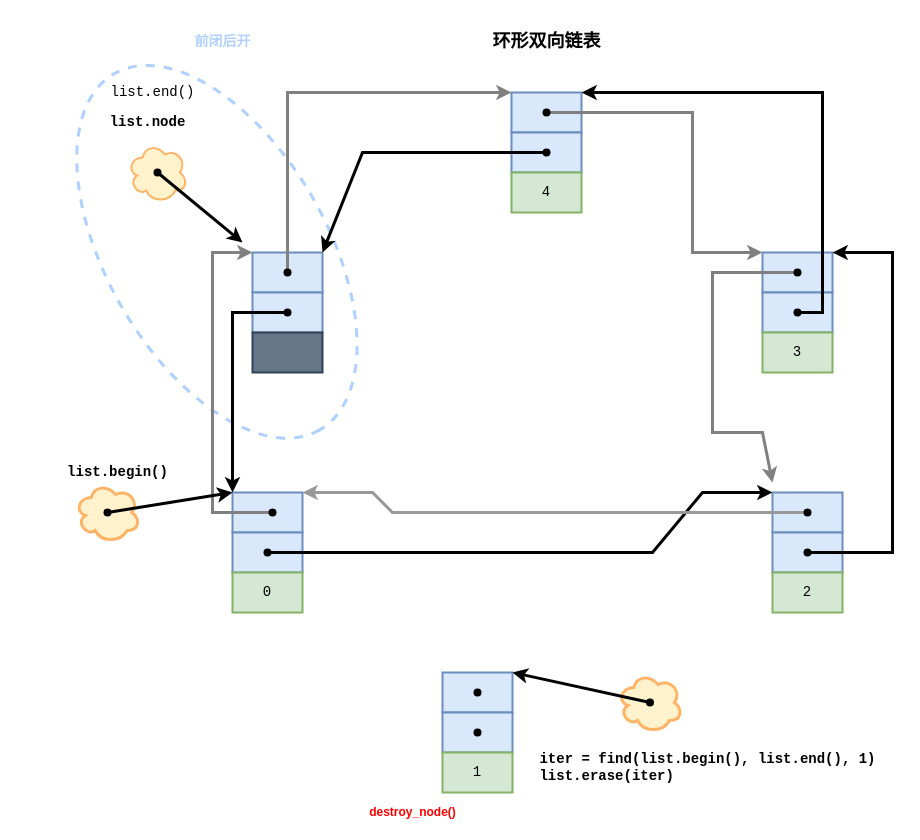
Earlier version of the draw.io diagram public/img/STL/list-erase.drawio (JoyChenNo1/JoyChenNo1.github.io). Source tidied: cells renumbered, new cells numbered last; positions are measured from the earlier drawing's top-left corner, leaving out a move shared by most shapes. Both pictures are drawn from the tidied source at 100%, with x=0, y=0 at pixel (11, 32).
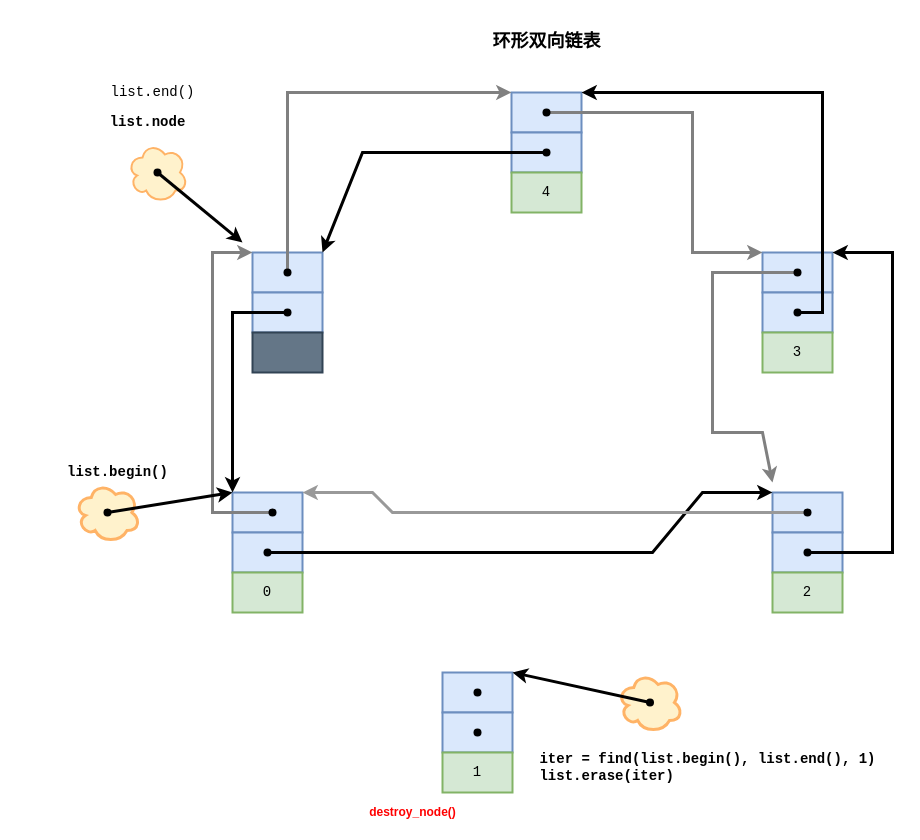
The same page after the edit.

Diff of the diagram source:
```diff
@@
-    <mxCell id="2" style="ellipse;whiteSpace=wrap;html=1;strokeWidth=3;fillColor=none;rotation=60;dashed=1;strokeColor=#B0D0FF;" parent="1" vertex="1">
-      <mxGeometry x="-0.2" y="109.3" width="411.2" height="220" as="geometry" />
-    </mxCell>
@@
-    <mxCell id="49" value="&lt;font style=&quot;font-size: 14px&quot; face=&quot;Courier New&quot; color=&quot;#b0d0ff&quot;&gt;&lt;b&gt;前闭后开&lt;/b&gt;&lt;/font&gt;" style="text;html=1;align=center;verticalAlign=middle;strokeColor=none;" parent="1" vertex="1">
-      <mxGeometry x="176" width="70" height="20" as="geometry" />
-    </mxCell>
```
